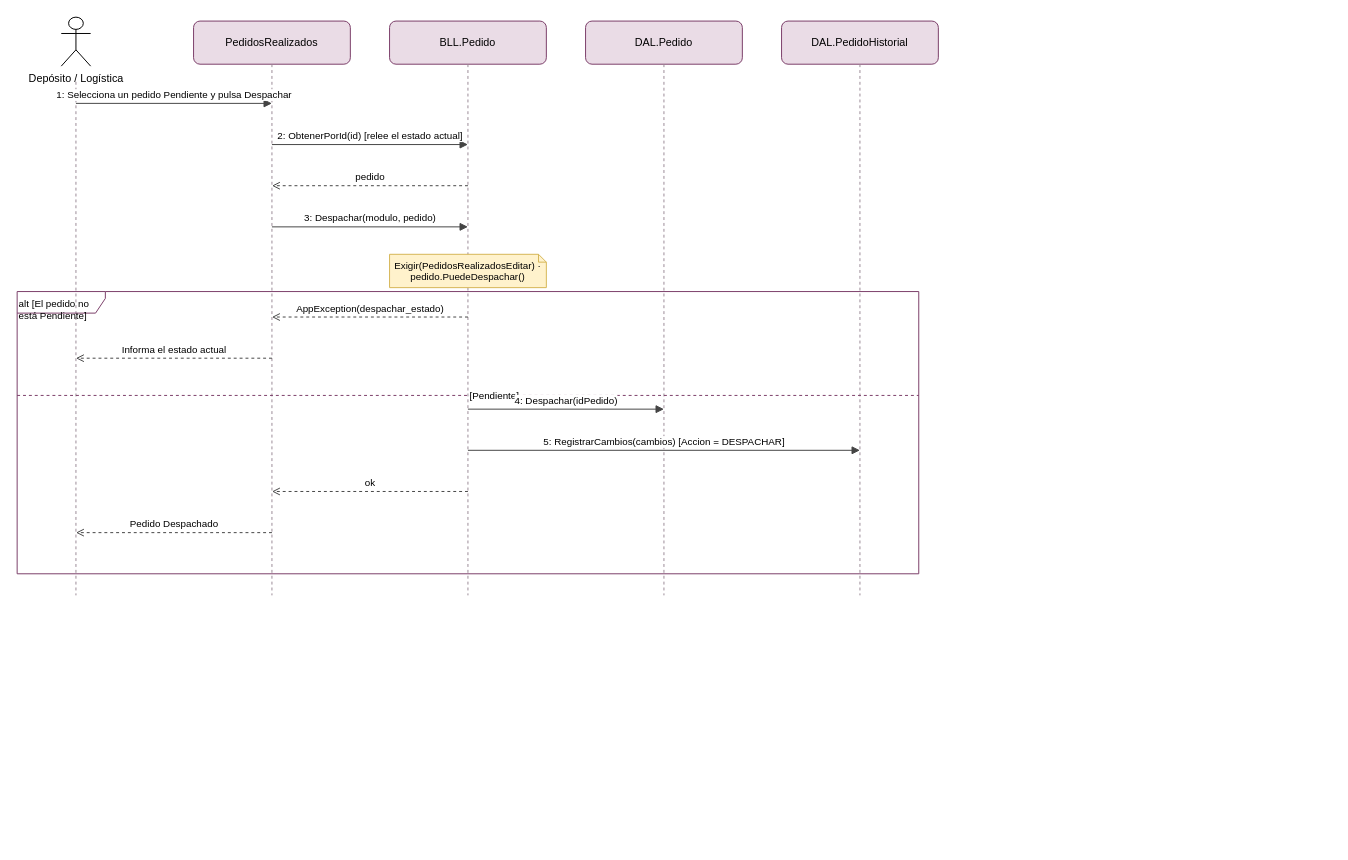
valentinamorana/Trabajo-de-Diploma keeps this draw.io diagram as docs/diagramas/drawio/DSS_PN01_CU04_DespacharPedido.drawio. Above is the earlier version. Source tidied: cells renumbered, new cells numbered last; positions are measured from the earlier drawing's top-left corner, leaving out a move shared by most shapes. Both pictures are drawn from the tidied source at 98%, with x=0, y=0 at pixel (17, 17).
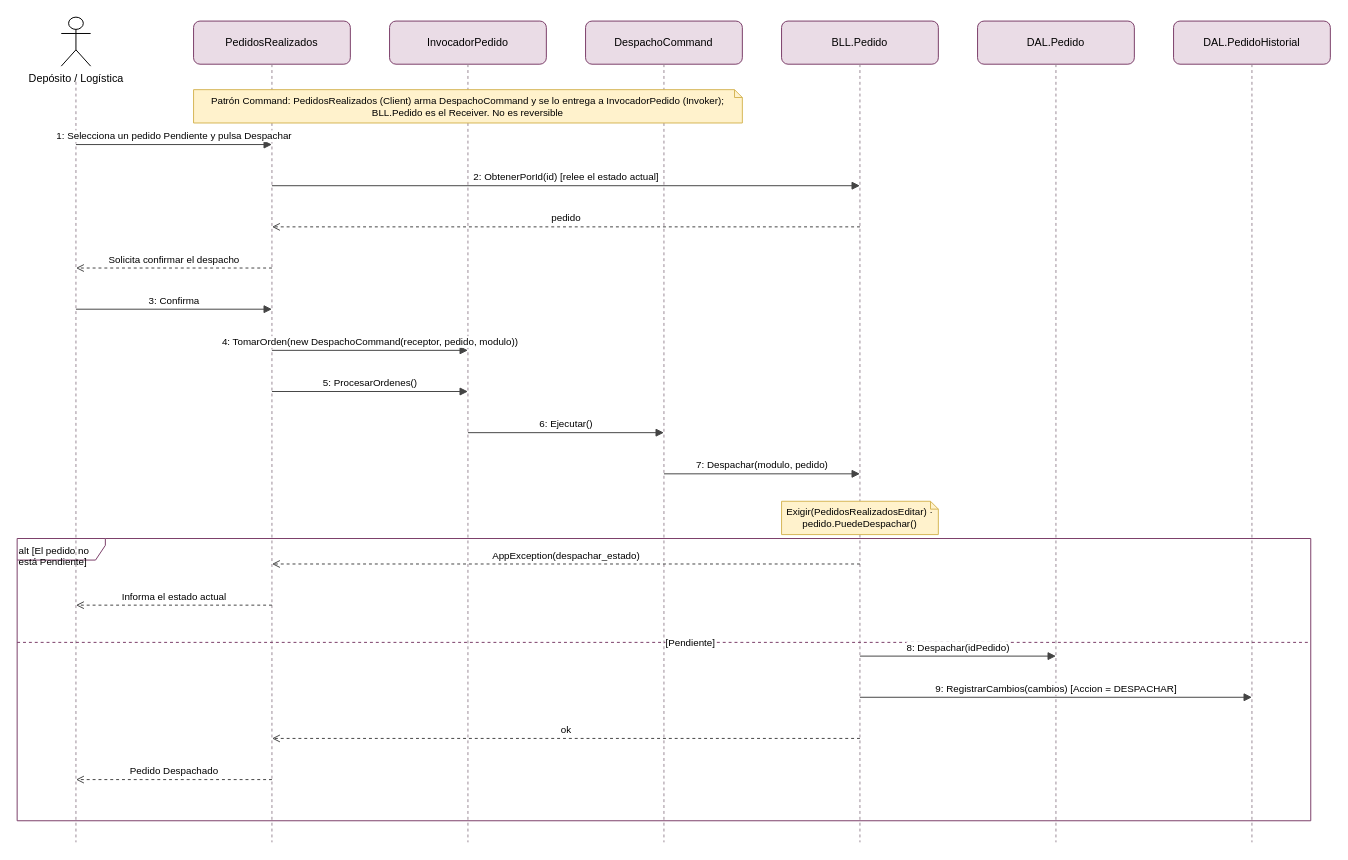
Above is the later version.

Diff of the diagram source:
```diff
@@
     <mxCell id="3" style="endArrow=none;dashed=1;html=1;strokeColor=#9a8a96;" parent="1" edge="1">
       <mxGeometry relative="1" as="geometry">
         <mxPoint x="60" y="66" as="sourcePoint" />
-        <mxPoint x="60" y="590" as="targetPoint" />
+        <mxPoint x="60" y="842" as="targetPoint" />
       </mxGeometry>
     </mxCell>
@@
     <mxCell id="5" style="endArrow=none;dashed=1;html=1;strokeColor=#9a8a96;" parent="1" edge="1">
       <mxGeometry relative="1" as="geometry">
         <mxPoint x="260" y="48" as="sourcePoint" />
-        <mxPoint x="260" y="590" as="targetPoint" />
+        <mxPoint x="260" y="842" as="targetPoint" />
       </mxGeometry>
     </mxCell>
-    <mxCell id="6" value="BLL.Pedido" style="rounded=1;whiteSpace=wrap;html=1;fillColor=#EADCE6;strokeColor=#7a3d68;fontSize=11;" parent="1" vertex="1">
+    <mxCell id="6" value="InvocadorPedido" style="rounded=1;whiteSpace=wrap;html=1;fillColor=#EADCE6;strokeColor=#7a3d68;fontSize=11;" parent="1" vertex="1">
       <mxGeometry x="380" y="4" width="160" height="44" as="geometry" />
     </mxCell>
     <mxCell id="7" style="endArrow=none;dashed=1;html=1;strokeColor=#9a8a96;" parent="1" edge="1">
       <mxGeometry relative="1" as="geometry">
         <mxPoint x="460" y="48" as="sourcePoint" />
-        <mxPoint x="460" y="590" as="targetPoint" />
+        <mxPoint x="460" y="842" as="targetPoint" />
       </mxGeometry>
     </mxCell>
-    <mxCell id="8" value="DAL.Pedido" style="rounded=1;whiteSpace=wrap;html=1;fillColor=#EADCE6;strokeColor=#7a3d68;fontSize=11;" parent="1" vertex="1">
+    <mxCell id="8" value="DespachoCommand" style="rounded=1;whiteSpace=wrap;html=1;fillColor=#EADCE6;strokeColor=#7a3d68;fontSize=11;" parent="1" vertex="1">
       <mxGeometry x="580" y="4" width="160" height="44" as="geometry" />
     </mxCell>
     <mxCell id="9" style="endArrow=none;dashed=1;html=1;strokeColor=#9a8a96;" parent="1" edge="1">
       <mxGeometry relative="1" as="geometry">
         <mxPoint x="660" y="48" as="sourcePoint" />
-        <mxPoint x="660" y="590" as="targetPoint" />
+        <mxPoint x="660" y="842" as="targetPoint" />
       </mxGeometry>
     </mxCell>
-    <mxCell id="10" value="DAL.PedidoHistorial" style="rounded=1;whiteSpace=wrap;html=1;fillColor=#EADCE6;strokeColor=#7a3d68;fontSize=11;" parent="1" vertex="1">
+    <mxCell id="10" value="BLL.Pedido" style="rounded=1;whiteSpace=wrap;html=1;fillColor=#EADCE6;strokeColor=#7a3d68;fontSize=11;" parent="1" vertex="1">
       <mxGeometry x="780" y="4" width="160" height="44" as="geometry" />
     </mxCell>
     <mxCell id="11" style="endArrow=none;dashed=1;html=1;strokeColor=#9a8a96;" parent="1" edge="1">
       <mxGeometry relative="1" as="geometry">
         <mxPoint x="860" y="48" as="sourcePoint" />
-        <mxPoint x="860" y="590" as="targetPoint" />
+        <mxPoint x="860" y="842" as="targetPoint" />
       </mxGeometry>
     </mxCell>
-    <mxCell id="12" value="alt [El pedido no está Pendiente]" style="shape=umlFrame;whiteSpace=wrap;html=1;fillColor=none;strokeColor=#7a3d68;align=left;verticalAlign=top;fontSize=10;width=90;height=22;" parent="1" vertex="1">
-      <mxGeometry y="280" width="920" height="288" as="geometry" />
+    <mxCell id="12" value="DAL.Pedido" style="rounded=1;whiteSpace=wrap;html=1;fillColor=#EADCE6;strokeColor=#7a3d68;fontSize=11;" parent="1" vertex="1">
+      <mxGeometry x="980" y="4" width="160" height="44" as="geometry" />
     </mxCell>
-    <mxCell id="13" value="[Pendiente]" style="endArrow=none;dashed=1;html=1;fontSize=10;align=left;strokeColor=#7a3d68;" parent="1" edge="1">
+    <mxCell id="13" style="endArrow=none;dashed=1;html=1;strokeColor=#9a8a96;" parent="1" edge="1">
       <mxGeometry relative="1" as="geometry">
-        <mxPoint y="386" as="sourcePoint" />
-        <mxPoint x="920" y="386" as="targetPoint" />
+        <mxPoint x="1060" y="48" as="sourcePoint" />
+        <mxPoint x="1060" y="842" as="targetPoint" />
       </mxGeometry>
     </mxCell>
-    <mxCell id="14" value="Exigir(PedidosRealizadosEditar) · pedido.PuedeDespachar()" style="shape=note;whiteSpace=wrap;html=1;fillColor=#FFF2CC;strokeColor=#d6b656;fontSize=10;size=8;" parent="1" vertex="1">
-      <mxGeometry x="380" y="242" width="160" height="34" as="geometry" />
+    <mxCell id="14" value="DAL.PedidoHistorial" style="rounded=1;whiteSpace=wrap;html=1;fillColor=#EADCE6;strokeColor=#7a3d68;fontSize=11;" parent="1" vertex="1">
+      <mxGeometry x="1180" y="4" width="160" height="44" as="geometry" />
     </mxCell>
-    <mxCell id="15" value="1: Selecciona un pedido Pendiente y pulsa Despachar" style="html=1;verticalAlign=bottom;endArrow=block;endFill=1;fontSize=10;strokeColor=#444;" parent="1" edge="1">
+    <mxCell id="15" style="endArrow=none;dashed=1;html=1;strokeColor=#9a8a96;" parent="1" edge="1">
       <mxGeometry relative="1" as="geometry">
-        <mxPoint x="60" y="88" as="sourcePoint" />
-        <mxPoint x="260" y="88" as="targetPoint" />
+        <mxPoint x="1260" y="48" as="sourcePoint" />
+        <mxPoint x="1260" y="842" as="targetPoint" />
       </mxGeometry>
     </mxCell>
-    <mxCell id="16" value="2: ObtenerPorId(id)  [relee el estado actual]" style="html=1;verticalAlign=bottom;endArrow=block;endFill=1;fontSize=10;strokeColor=#444;" parent="1" edge="1">
-      <mxGeometry relative="1" as="geometry">
-        <mxPoint x="260" y="130" as="sourcePoint" />
-        <mxPoint x="460" y="130" as="targetPoint" />
-      </mxGeometry>
+    <mxCell id="16" value="alt [El pedido no está Pendiente]" style="shape=umlFrame;whiteSpace=wrap;html=1;fillColor=none;strokeColor=#7a3d68;align=left;verticalAlign=top;fontSize=10;width=90;height=22;" parent="1" vertex="1">
+      <mxGeometry y="532" width="1320" height="288" as="geometry" />
     </mxCell>
-    <mxCell id="17" value="pedido" style="html=1;verticalAlign=bottom;endArrow=open;endFill=0;dashed=1;fontSize=10;strokeColor=#444;" parent="1" edge="1">
+    <mxCell id="17" value="[Pendiente]" style="endArrow=none;dashed=1;html=1;fontSize=10;align=left;strokeColor=#7a3d68;" parent="1" edge="1">
       <mxGeometry relative="1" as="geometry">
-        <mxPoint x="460" y="172" as="sourcePoint" />
-        <mxPoint x="260" y="172" as="targetPoint" />
+        <mxPoint y="638" as="sourcePoint" />
+        <mxPoint x="1320" y="638" as="targetPoint" />
       </mxGeometry>
     </mxCell>
-    <mxCell id="18" value="3: Despachar(modulo, pedido)" style="html=1;verticalAlign=bottom;endArrow=block;endFill=1;fontSize=10;strokeColor=#444;" parent="1" edge="1">
-      <mxGeometry relative="1" as="geometry">
-        <mxPoint x="260" y="214" as="sourcePoint" />
-        <mxPoint x="460" y="214" as="targetPoint" />
-      </mxGeometry>
+    <mxCell id="18" value="Patrón Command: PedidosRealizados (Client) arma DespachoCommand y se lo entrega a InvocadorPedido (Invoker); BLL.Pedido es el Receiver. No es reversible" style="shape=note;whiteSpace=wrap;html=1;fillColor=#FFF2CC;strokeColor=#d6b656;fontSize=10;size=8;" parent="1" vertex="1">
+      <mxGeometry x="180" y="74" width="560" height="34" as="geometry" />
     </mxCell>
-    <mxCell id="19" value="AppException(despachar_estado)" style="html=1;verticalAlign=bottom;endArrow=open;endFill=0;dashed=1;fontSize=10;strokeColor=#444;" parent="1" edge="1">
-      <mxGeometry relative="1" as="geometry">
-        <mxPoint x="460" y="306" as="sourcePoint" />
-        <mxPoint x="260" y="306" as="targetPoint" />
-      </mxGeometry>
+    <mxCell id="19" value="Exigir(PedidosRealizadosEditar) · pedido.PuedeDespachar()" style="shape=note;whiteSpace=wrap;html=1;fillColor=#FFF2CC;strokeColor=#d6b656;fontSize=10;size=8;" parent="1" vertex="1">
+      <mxGeometry x="780" y="494" width="160" height="34" as="geometry" />
     </mxCell>
-    <mxCell id="20" value="Informa el estado actual" style="html=1;verticalAlign=bottom;endArrow=open;endFill=0;dashed=1;fontSize=10;strokeColor=#444;" parent="1" edge="1">
+    <mxCell id="20" value="1: Selecciona un pedido Pendiente y pulsa Despachar" style="html=1;verticalAlign=bottom;endArrow=block;endFill=1;fontSize=10;strokeColor=#444;" parent="1" edge="1">
       <mxGeometry relative="1" as="geometry">
-        <mxPoint x="260" y="348" as="sourcePoint" />
-        <mxPoint x="60" y="348" as="targetPoint" />
+        <mxPoint x="60" y="130" as="sourcePoint" />
+        <mxPoint x="260" y="130" as="targetPoint" />
       </mxGeometry>
     </mxCell>
-    <mxCell id="21" value="4: Despachar(idPedido)" style="html=1;verticalAlign=bottom;endArrow=block;endFill=1;fontSize=10;strokeColor=#444;" parent="1" edge="1">
+    <mxCell id="21" value="2: ObtenerPorId(id)  [relee el estado actual]" style="html=1;verticalAlign=bottom;endArrow=block;endFill=1;fontSize=10;strokeColor=#444;" parent="1" edge="1">
       <mxGeometry relative="1" as="geometry">
-        <mxPoint x="460" y="400" as="sourcePoint" />
-        <mxPoint x="660" y="400" as="targetPoint" />
+        <mxPoint x="260" y="172" as="sourcePoint" />
+        <mxPoint x="860" y="172" as="targetPoint" />
       </mxGeometry>
     </mxCell>
-    <mxCell id="22" value="5: RegistrarCambios(cambios)  [Accion = DESPACHAR]" style="html=1;verticalAlign=bottom;endArrow=block;endFill=1;fontSize=10;strokeColor=#444;" parent="1" edge="1">
+    <mxCell id="22" value="pedido" style="html=1;verticalAlign=bottom;endArrow=open;endFill=0;dashed=1;fontSize=10;strokeColor=#444;" parent="1" edge="1">
       <mxGeometry relative="1" as="geometry">
-        <mxPoint x="460" y="442" as="sourcePoint" />
-        <mxPoint x="860" y="442" as="targetPoint" />
+        <mxPoint x="860" y="214" as="sourcePoint" />
+        <mxPoint x="260" y="214" as="targetPoint" />
       </mxGeometry>
     </mxCell>
-    <mxCell id="23" value="ok" style="html=1;verticalAlign=bottom;endArrow=open;endFill=0;dashed=1;fontSize=10;strokeColor=#444;" parent="1" edge="1">
+    <mxCell id="23" value="Solicita confirmar el despacho" style="html=1;verticalAlign=bottom;endArrow=open;endFill=0;dashed=1;fontSize=10;strokeColor=#444;" parent="1" edge="1">
       <mxGeometry relative="1" as="geometry">
-        <mxPoint x="460" y="484" as="sourcePoint" />
-        <mxPoint x="260" y="484" as="targetPoint" />
+        <mxPoint x="260" y="256" as="sourcePoint" />
+        <mxPoint x="60" y="256" as="targetPoint" />
       </mxGeometry>
     </mxCell>
-    <mxCell id="24" value="Pedido Despachado" style="html=1;verticalAlign=bottom;endArrow=open;endFill=0;dashed=1;fontSize=10;strokeColor=#444;" parent="1" edge="1">
+    <mxCell id="24" value="3: Confirma" style="html=1;verticalAlign=bottom;endArrow=block;endFill=1;fontSize=10;strokeColor=#444;" parent="1" edge="1">
       <mxGeometry relative="1" as="geometry">
-        <mxPoint x="260" y="526" as="sourcePoint" />
-        <mxPoint x="60" y="526" as="targetPoint" />
+        <mxPoint x="60" y="298" as="sourcePoint" />
+        <mxPoint x="260" y="298" as="targetPoint" />
       </mxGeometry>
     </mxCell>
+    <mxCell id="25" value="4: TomarOrden(new DespachoCommand(receptor, pedido, modulo))" style="html=1;verticalAlign=bottom;endArrow=block;endFill=1;fontSize=10;strokeColor=#444;" parent="1" edge="1">
+      <mxGeometry relative="1" as="geometry">
+        <mxPoint x="260" y="340" as="sourcePoint" />
+        <mxPoint x="460" y="340" as="targetPoint" />
+      </mxGeometry>
+    </mxCell>
+    <mxCell id="26" value="5: ProcesarOrdenes()" style="html=1;verticalAlign=bottom;endArrow=block;endFill=1;fontSize=10;strokeColor=#444;" parent="1" edge="1">
+      <mxGeometry relative="1" as="geometry">
+        <mxPoint x="260" y="382" as="sourcePoint" />
+        <mxPoint x="460" y="382" as="targetPoint" />
+      </mxGeometry>
+    </mxCell>
+    <mxCell id="27" value="6: Ejecutar()" style="html=1;verticalAlign=bottom;endArrow=block;endFill=1;fontSize=10;strokeColor=#444;" parent="1" edge="1">
+      <mxGeometry relative="1" as="geometry">
+        <mxPoint x="460" y="424" as="sourcePoint" />
+        <mxPoint x="660" y="424" as="targetPoint" />
+      </mxGeometry>
+    </mxCell>
+    <mxCell id="28" value="7: Despachar(modulo, pedido)" style="html=1;verticalAlign=bottom;endArrow=block;endFill=1;fontSize=10;strokeColor=#444;" parent="1" edge="1">
+      <mxGeometry relative="1" as="geometry">
+        <mxPoint x="660" y="466" as="sourcePoint" />
+        <mxPoint x="860" y="466" as="targetPoint" />
+      </mxGeometry>
+    </mxCell>
+    <mxCell id="29" value="AppException(despachar_estado)" style="html=1;verticalAlign=bottom;endArrow=open;endFill=0;dashed=1;fontSize=10;strokeColor=#444;" parent="1" edge="1">
+      <mxGeometry relative="1" as="geometry">
+        <mxPoint x="860" y="558" as="sourcePoint" />
+        <mxPoint x="260" y="558" as="targetPoint" />
+      </mxGeometry>
+    </mxCell>
+    <mxCell id="30" value="Informa el estado actual" style="html=1;verticalAlign=bottom;endArrow=open;endFill=0;dashed=1;fontSize=10;strokeColor=#444;" parent="1" edge="1">
+      <mxGeometry relative="1" as="geometry">
+        <mxPoint x="260" y="600" as="sourcePoint" />
+        <mxPoint x="60" y="600" as="targetPoint" />
+      </mxGeometry>
+    </mxCell>
+    <mxCell id="31" value="8: Despachar(idPedido)" style="html=1;verticalAlign=bottom;endArrow=block;endFill=1;fontSize=10;strokeColor=#444;" parent="1" edge="1">
+      <mxGeometry relative="1" as="geometry">
+        <mxPoint x="860" y="652" as="sourcePoint" />
+        <mxPoint x="1060" y="652" as="targetPoint" />
+      </mxGeometry>
+    </mxCell>
+    <mxCell id="32" value="9: RegistrarCambios(cambios)  [Accion = DESPACHAR]" style="html=1;verticalAlign=bottom;endArrow=block;endFill=1;fontSize=10;strokeColor=#444;" parent="1" edge="1">
+      <mxGeometry relative="1" as="geometry">
+        <mxPoint x="860" y="694" as="sourcePoint" />
+        <mxPoint x="1260" y="694" as="targetPoint" />
+      </mxGeometry>
+    </mxCell>
+    <mxCell id="33" value="ok" style="html=1;verticalAlign=bottom;endArrow=open;endFill=0;dashed=1;fontSize=10;strokeColor=#444;" parent="1" edge="1">
+      <mxGeometry relative="1" as="geometry">
+        <mxPoint x="860" y="736" as="sourcePoint" />
+        <mxPoint x="260" y="736" as="targetPoint" />
+      </mxGeometry>
+    </mxCell>
+    <mxCell id="34" value="Pedido Despachado" style="html=1;verticalAlign=bottom;endArrow=open;endFill=0;dashed=1;fontSize=10;strokeColor=#444;" parent="1" edge="1">
+      <mxGeometry relative="1" as="geometry">
+        <mxPoint x="260" y="778" as="sourcePoint" />
+        <mxPoint x="60" y="778" as="targetPoint" />
+      </mxGeometry>
+    </mxCell>
```
